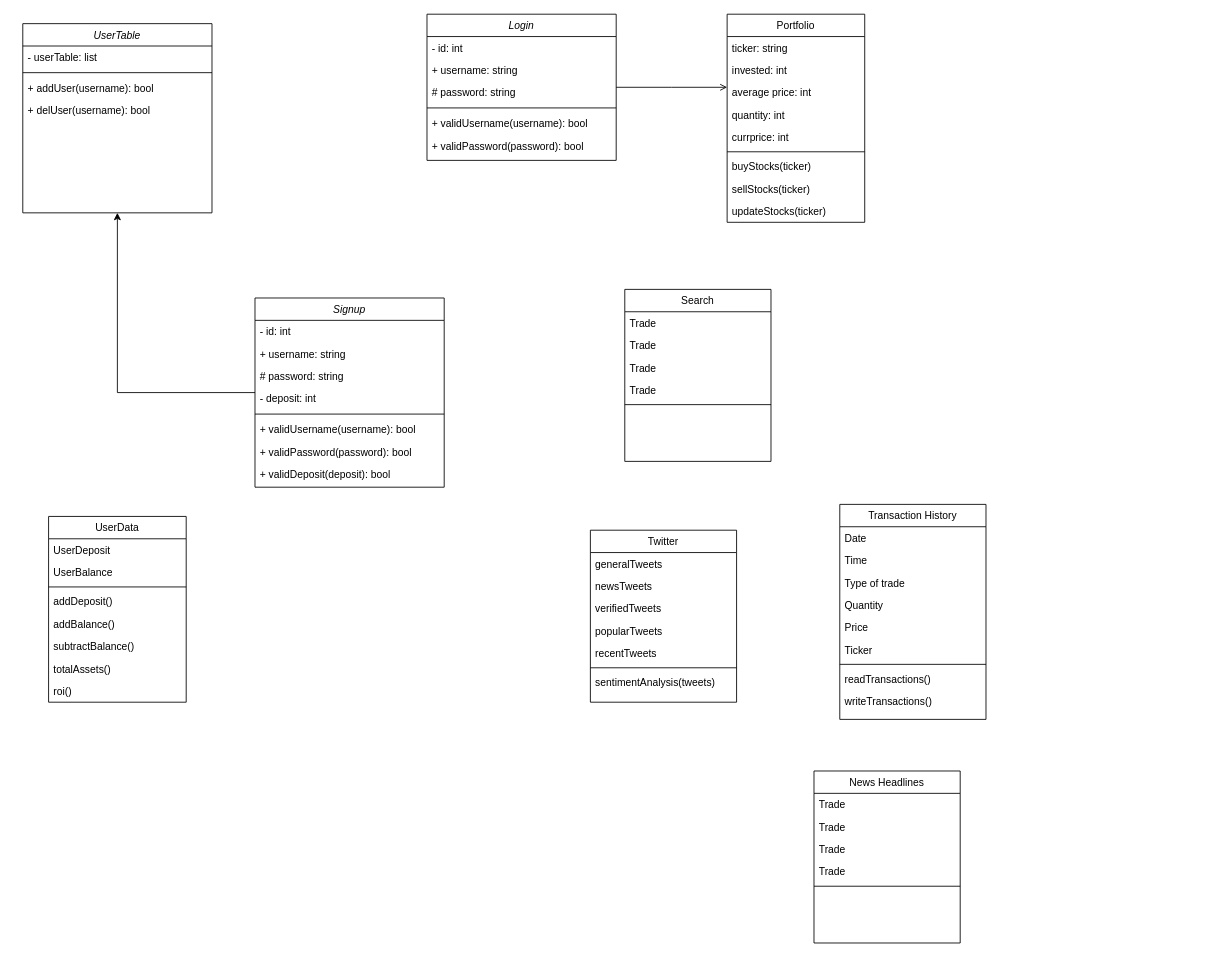
Above: Class Diagram.drawio in nurulislamz/Django-Paper-Trading-App (draw.io), before the change. Source tidied: cells renumbered, new cells numbered last; positions are measured from the earlier drawing's top-left corner, leaving out a move shared by most shapes. Both pictures are drawn from the tidied source at 86%, with x=0, y=0 at pixel (22, 14).
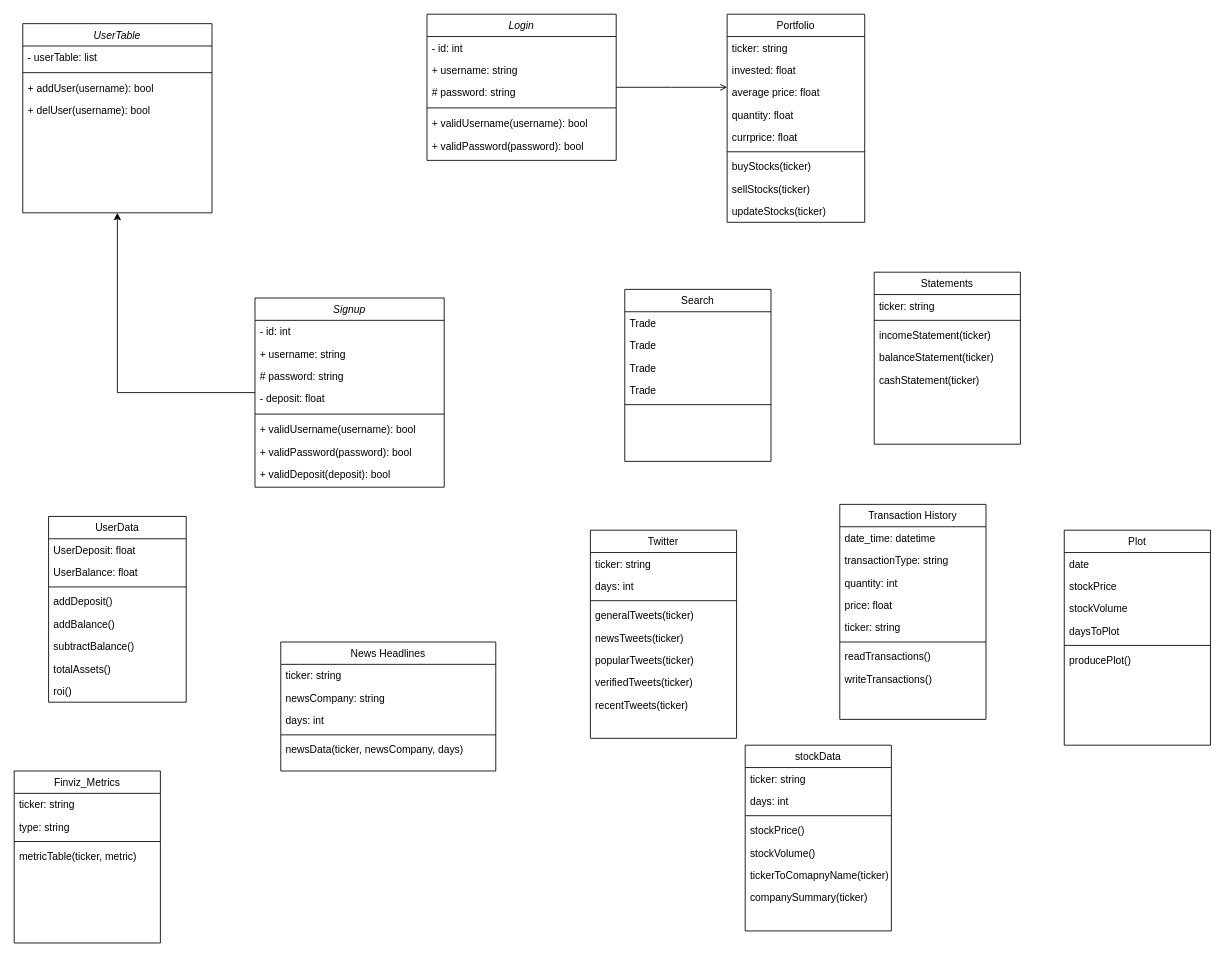
Above is the later version.

The change refers to these unchanged cells:
```xml
<mxCell id="9" value="UserData" style="swimlane;fontStyle=0;align=center;verticalAlign=top;horizontal=1;startSize=26;rounded=0;shadow=0;strokeWidth=1;" parent="1" vertex="1">
  <mxGeometry x="30" y="584" width="160" height="216" as="geometry" />
</mxCell>
<mxCell id="24" value="Portfolio&#10;" style="swimlane;fontStyle=0;align=center;verticalAlign=top;horizontal=1;startSize=26;rounded=0;shadow=0;strokeWidth=1;" parent="1" vertex="1">
  <mxGeometry x="819" width="160" height="242" as="geometry" />
</mxCell>
<mxCell id="49" value="Transaction History" style="swimlane;fontStyle=0;align=center;verticalAlign=top;horizontal=1;startSize=26;rounded=0;shadow=0;strokeWidth=1;" parent="1" vertex="1">
  <mxGeometry x="950" y="570" width="170" height="250" as="geometry" />
</mxCell>
<mxCell id="65" value="Signup" style="swimlane;fontStyle=2;align=center;verticalAlign=top;horizontal=1;startSize=26;rounded=0;shadow=0;strokeWidth=1;" parent="1" vertex="1">
  <mxGeometry x="270" y="330" width="220" height="220" as="geometry" />
</mxCell>
```

What changed in the source:
```diff
@@
-    <mxCell id="10" value="UserDeposit" style="text;align=left;verticalAlign=top;spacingLeft=4;spacingRight=4;overflow=hidden;" parent="9" vertex="1">
+    <mxCell id="10" value="UserDeposit: float" style="text;align=left;verticalAlign=top;spacingLeft=4;spacingRight=4;overflow=hidden;" parent="9" vertex="1">
       <mxGeometry y="26" width="160" height="26" as="geometry" />
     </mxCell>
-    <mxCell id="11" value="UserBalance" style="text;align=left;verticalAlign=top;spacingLeft=4;spacingRight=4;overflow=hidden;rounded=0;shadow=0;html=0;" parent="9" vertex="1">
+    <mxCell id="11" value="UserBalance: float" style="text;align=left;verticalAlign=top;spacingLeft=4;spacingRight=4;overflow=hidden;rounded=0;shadow=0;html=0;" parent="9" vertex="1">
       <mxGeometry y="52" width="160" height="26" as="geometry" />
     </mxCell>
@@
-    <mxCell id="26" value="invested: int" style="text;align=left;verticalAlign=top;spacingLeft=4;spacingRight=4;overflow=hidden;rounded=0;shadow=0;html=0;" parent="24" vertex="1">
+    <mxCell id="26" value="invested: float" style="text;align=left;verticalAlign=top;spacingLeft=4;spacingRight=4;overflow=hidden;rounded=0;shadow=0;html=0;" parent="24" vertex="1">
       <mxGeometry y="52" width="160" height="26" as="geometry" />
     </mxCell>
-    <mxCell id="27" value="average price: int" style="text;align=left;verticalAlign=top;spacingLeft=4;spacingRight=4;overflow=hidden;rounded=0;shadow=0;html=0;" parent="24" vertex="1">
+    <mxCell id="27" value="average price: float" style="text;align=left;verticalAlign=top;spacingLeft=4;spacingRight=4;overflow=hidden;rounded=0;shadow=0;html=0;" parent="24" vertex="1">
       <mxGeometry y="78" width="160" height="26" as="geometry" />
     </mxCell>
-    <mxCell id="28" value="quantity: int" style="text;align=left;verticalAlign=top;spacingLeft=4;spacingRight=4;overflow=hidden;rounded=0;shadow=0;html=0;" parent="24" vertex="1">
+    <mxCell id="28" value="quantity: float" style="text;align=left;verticalAlign=top;spacingLeft=4;spacingRight=4;overflow=hidden;rounded=0;shadow=0;html=0;" parent="24" vertex="1">
       <mxGeometry y="104" width="160" height="26" as="geometry" />
     </mxCell>
-    <mxCell id="29" value="currprice: int" style="text;align=left;verticalAlign=top;spacingLeft=4;spacingRight=4;overflow=hidden;rounded=0;shadow=0;html=0;" parent="24" vertex="1">
+    <mxCell id="29" value="currprice: float" style="text;align=left;verticalAlign=top;spacingLeft=4;spacingRight=4;overflow=hidden;rounded=0;shadow=0;html=0;" parent="24" vertex="1">
       <mxGeometry y="130" width="160" height="26" as="geometry" />
     </mxCell>
@@
     <mxCell id="35" value="Twitter" style="swimlane;fontStyle=0;align=center;verticalAlign=top;horizontal=1;startSize=26;rounded=0;shadow=0;strokeWidth=1;" parent="1" vertex="1">
-      <mxGeometry x="660" y="600" width="170" height="200" as="geometry" />
+      <mxGeometry x="660" y="600" width="170" height="242" as="geometry" />
     </mxCell>
+    <mxCell id="74" value="ticker: string" style="text;align=left;verticalAlign=top;spacingLeft=4;spacingRight=4;overflow=hidden;" parent="35" vertex="1">
+      <mxGeometry y="26" width="170" height="26" as="geometry" />
+    </mxCell>
+    <mxCell id="75" value="days: int" style="text;align=left;verticalAlign=top;spacingLeft=4;spacingRight=4;overflow=hidden;" parent="35" vertex="1">
+      <mxGeometry y="52" width="170" height="26" as="geometry" />
+    </mxCell>
+    <mxCell id="41" style="line;html=1;strokeWidth=1;align=left;verticalAlign=middle;spacingTop=-1;spacingLeft=3;spacingRight=3;labelPosition=right;" parent="35" vertex="1">
+      <mxGeometry y="78" width="170" height="8" as="geometry" />
+    </mxCell>
-    <mxCell id="36" value="generalTweets" style="text;align=left;verticalAlign=top;spacingLeft=4;spacingRight=4;overflow=hidden;" parent="35" vertex="1">
-      <mxGeometry y="26" width="170" height="26" as="geometry" />
+    <mxCell id="36" value="generalTweets(ticker)" style="text;align=left;verticalAlign=top;spacingLeft=4;spacingRight=4;overflow=hidden;" parent="35" vertex="1">
+      <mxGeometry y="86" width="170" height="26" as="geometry" />
     </mxCell>
-    <mxCell id="37" value="newsTweets" style="text;align=left;verticalAlign=top;spacingLeft=4;spacingRight=4;overflow=hidden;" parent="35" vertex="1">
-      <mxGeometry y="52" width="170" height="26" as="geometry" />
+    <mxCell id="37" value="newsTweets(ticker)" style="text;align=left;verticalAlign=top;spacingLeft=4;spacingRight=4;overflow=hidden;" parent="35" vertex="1">
+      <mxGeometry y="112" width="170" height="26" as="geometry" />
     </mxCell>
+    <mxCell id="39" value="popularTweets(ticker)" style="text;align=left;verticalAlign=top;spacingLeft=4;spacingRight=4;overflow=hidden;" parent="35" vertex="1">
+      <mxGeometry y="138" width="170" height="26" as="geometry" />
+    </mxCell>
-    <mxCell id="38" value="verifiedTweets" style="text;align=left;verticalAlign=top;spacingLeft=4;spacingRight=4;overflow=hidden;" parent="35" vertex="1">
-      <mxGeometry y="78" width="170" height="26" as="geometry" />
+    <mxCell id="38" value="verifiedTweets(ticker)" style="text;align=left;verticalAlign=top;spacingLeft=4;spacingRight=4;overflow=hidden;" parent="35" vertex="1">
+      <mxGeometry y="164" width="170" height="26" as="geometry" />
     </mxCell>
-    <mxCell id="39" value="popularTweets" style="text;align=left;verticalAlign=top;spacingLeft=4;spacingRight=4;overflow=hidden;" parent="35" vertex="1">
-      <mxGeometry y="104" width="170" height="26" as="geometry" />
-    </mxCell>
-    <mxCell id="40" value="recentTweets" style="text;align=left;verticalAlign=top;spacingLeft=4;spacingRight=4;overflow=hidden;" parent="35" vertex="1">
-      <mxGeometry y="130" width="170" height="26" as="geometry" />
+    <mxCell id="40" value="recentTweets(ticker)" style="text;align=left;verticalAlign=top;spacingLeft=4;spacingRight=4;overflow=hidden;" parent="35" vertex="1">
+      <mxGeometry y="190" width="170" height="26" as="geometry" />
     </mxCell>
-    <mxCell id="41" style="line;html=1;strokeWidth=1;align=left;verticalAlign=middle;spacingTop=-1;spacingLeft=3;spacingRight=3;labelPosition=right;" parent="35" vertex="1">
-      <mxGeometry y="156" width="170" height="8" as="geometry" />
-    </mxCell>
-    <mxCell id="42" value="sentimentAnalysis(tweets)" style="text;align=left;verticalAlign=top;spacingLeft=4;spacingRight=4;overflow=hidden;" parent="35" vertex="1">
-      <mxGeometry y="164" width="170" height="26" as="geometry" />
-    </mxCell>
     <mxCell id="43" value="News Headlines" style="swimlane;fontStyle=0;align=center;verticalAlign=top;horizontal=1;startSize=26;rounded=0;shadow=0;strokeWidth=1;" parent="1" vertex="1">
-      <mxGeometry x="920" y="880" width="170" height="200" as="geometry" />
+      <mxGeometry x="300" y="730" width="250" height="150" as="geometry" />
     </mxCell>
-    <mxCell id="44" value="Trade" style="text;align=left;verticalAlign=top;spacingLeft=4;spacingRight=4;overflow=hidden;" parent="43" vertex="1">
-      <mxGeometry y="26" width="170" height="26" as="geometry" />
+    <mxCell id="44" value="ticker: string" style="text;align=left;verticalAlign=top;spacingLeft=4;spacingRight=4;overflow=hidden;" parent="43" vertex="1">
+      <mxGeometry y="26" width="250" height="26" as="geometry" />
     </mxCell>
-    <mxCell id="45" value="Trade" style="text;align=left;verticalAlign=top;spacingLeft=4;spacingRight=4;overflow=hidden;" parent="43" vertex="1">
-      <mxGeometry y="52" width="170" height="26" as="geometry" />
+    <mxCell id="45" value="newsCompany: string" style="text;align=left;verticalAlign=top;spacingLeft=4;spacingRight=4;overflow=hidden;" parent="43" vertex="1">
+      <mxGeometry y="52" width="250" height="26" as="geometry" />
     </mxCell>
-    <mxCell id="46" value="Trade" style="text;align=left;verticalAlign=top;spacingLeft=4;spacingRight=4;overflow=hidden;" parent="43" vertex="1">
-      <mxGeometry y="78" width="170" height="26" as="geometry" />
-    </mxCell>
-    <mxCell id="47" value="Trade" style="text;align=left;verticalAlign=top;spacingLeft=4;spacingRight=4;overflow=hidden;" parent="43" vertex="1">
-      <mxGeometry y="104" width="170" height="26" as="geometry" />
+    <mxCell id="47" value="days: int" style="text;align=left;verticalAlign=top;spacingLeft=4;spacingRight=4;overflow=hidden;" parent="43" vertex="1">
+      <mxGeometry y="78" width="250" height="26" as="geometry" />
     </mxCell>
     <mxCell id="48" style="line;html=1;strokeWidth=1;align=left;verticalAlign=middle;spacingTop=-1;spacingLeft=3;spacingRight=3;labelPosition=right;" parent="43" vertex="1">
-      <mxGeometry y="130" width="170" height="8" as="geometry" />
+      <mxGeometry y="104" width="250" height="8" as="geometry" />
     </mxCell>
+    <mxCell id="76" value="newsData(ticker, newsCompany, days)" style="text;align=left;verticalAlign=top;spacingLeft=4;spacingRight=4;overflow=hidden;" parent="43" vertex="1">
+      <mxGeometry y="112" width="250" height="26" as="geometry" />
+    </mxCell>
@@
-    <mxCell id="50" value="Date" style="text;align=left;verticalAlign=top;spacingLeft=4;spacingRight=4;overflow=hidden;" parent="49" vertex="1">
+    <mxCell id="50" value="date_time: datetime" style="text;align=left;verticalAlign=top;spacingLeft=4;spacingRight=4;overflow=hidden;" parent="49" vertex="1">
       <mxGeometry y="26" width="170" height="26" as="geometry" />
     </mxCell>
-    <mxCell id="51" value="Time " style="text;align=left;verticalAlign=top;spacingLeft=4;spacingRight=4;overflow=hidden;" parent="49" vertex="1">
-      <mxGeometry y="52" width="170" height="26" as="geometry" />
-    </mxCell>
-    <mxCell id="52" value="Type of trade" style="text;align=left;verticalAlign=top;spacingLeft=4;spacingRight=4;overflow=hidden;" parent="49" vertex="1">
-      <mxGeometry y="78" width="170" height="26" as="geometry" />
+    <mxCell id="52" value="transactionType: string" style="text;align=left;verticalAlign=top;spacingLeft=4;spacingRight=4;overflow=hidden;" parent="49" vertex="1">
+      <mxGeometry y="52" width="170" height="26" as="geometry" />
     </mxCell>
-    <mxCell id="53" value="Quantity " style="text;align=left;verticalAlign=top;spacingLeft=4;spacingRight=4;overflow=hidden;" parent="49" vertex="1">
-      <mxGeometry y="104" width="170" height="26" as="geometry" />
+    <mxCell id="53" value="quantity: int" style="text;align=left;verticalAlign=top;spacingLeft=4;spacingRight=4;overflow=hidden;" parent="49" vertex="1">
+      <mxGeometry y="78" width="170" height="26" as="geometry" />
     </mxCell>
-    <mxCell id="54" value="Price" style="text;align=left;verticalAlign=top;spacingLeft=4;spacingRight=4;overflow=hidden;" parent="49" vertex="1">
-      <mxGeometry y="130" width="170" height="26" as="geometry" />
+    <mxCell id="54" value="price: float" style="text;align=left;verticalAlign=top;spacingLeft=4;spacingRight=4;overflow=hidden;" parent="49" vertex="1">
+      <mxGeometry y="104" width="170" height="26" as="geometry" />
     </mxCell>
-    <mxCell id="55" value="Ticker" style="text;align=left;verticalAlign=top;spacingLeft=4;spacingRight=4;overflow=hidden;" parent="49" vertex="1">
-      <mxGeometry y="156" width="170" height="26" as="geometry" />
+    <mxCell id="55" value="ticker: string" style="text;align=left;verticalAlign=top;spacingLeft=4;spacingRight=4;overflow=hidden;" parent="49" vertex="1">
+      <mxGeometry y="130" width="170" height="26" as="geometry" />
     </mxCell>
     <mxCell id="56" style="line;html=1;strokeWidth=1;align=left;verticalAlign=middle;spacingTop=-1;spacingLeft=3;spacingRight=3;labelPosition=right;" parent="49" vertex="1">
-      <mxGeometry y="182" width="170" height="8" as="geometry" />
+      <mxGeometry y="156" width="170" height="8" as="geometry" />
     </mxCell>
     <mxCell id="57" value="readTransactions()" style="text;align=left;verticalAlign=top;spacingLeft=4;spacingRight=4;overflow=hidden;" parent="49" vertex="1">
-      <mxGeometry y="190" width="170" height="26" as="geometry" />
+      <mxGeometry y="164" width="170" height="26" as="geometry" />
     </mxCell>
     <mxCell id="58" value="writeTransactions()" style="text;align=left;verticalAlign=top;spacingLeft=4;spacingRight=4;overflow=hidden;" parent="49" vertex="1">
-      <mxGeometry y="216" width="170" height="26" as="geometry" />
+      <mxGeometry y="190" width="170" height="26" as="geometry" />
     </mxCell>
@@
-    <mxCell id="69" value="- deposit: int&#10;" style="text;align=left;verticalAlign=top;spacingLeft=4;spacingRight=4;overflow=hidden;rounded=0;shadow=0;html=0;" parent="65" vertex="1">
+    <mxCell id="69" value="- deposit: float&#10;" style="text;align=left;verticalAlign=top;spacingLeft=4;spacingRight=4;overflow=hidden;rounded=0;shadow=0;html=0;" parent="65" vertex="1">
       <mxGeometry y="104" width="220" height="26" as="geometry" />
     </mxCell>
@@
+    <mxCell id="77" value="Statements" style="swimlane;fontStyle=0;align=center;verticalAlign=top;horizontal=1;startSize=26;rounded=0;shadow=0;strokeWidth=1;" parent="1" vertex="1">
+      <mxGeometry x="990" y="300" width="170" height="200" as="geometry" />
+    </mxCell>
+    <mxCell id="78" value="ticker: string" style="text;align=left;verticalAlign=top;spacingLeft=4;spacingRight=4;overflow=hidden;" parent="77" vertex="1">
+      <mxGeometry y="26" width="170" height="26" as="geometry" />
+    </mxCell>
+    <mxCell id="79" style="line;html=1;strokeWidth=1;align=left;verticalAlign=middle;spacingTop=-1;spacingLeft=3;spacingRight=3;labelPosition=right;" parent="77" vertex="1">
+      <mxGeometry y="52" width="170" height="8" as="geometry" />
+    </mxCell>
+    <mxCell id="80" value="incomeStatement(ticker)" style="text;align=left;verticalAlign=top;spacingLeft=4;spacingRight=4;overflow=hidden;" parent="77" vertex="1">
+      <mxGeometry y="60" width="170" height="26" as="geometry" />
+    </mxCell>
+    <mxCell id="81" value="balanceStatement(ticker)" style="text;align=left;verticalAlign=top;spacingLeft=4;spacingRight=4;overflow=hidden;" parent="77" vertex="1">
+      <mxGeometry y="86" width="170" height="26" as="geometry" />
+    </mxCell>
+    <mxCell id="82" value="cashStatement(ticker)" style="text;align=left;verticalAlign=top;spacingLeft=4;spacingRight=4;overflow=hidden;" parent="77" vertex="1">
+      <mxGeometry y="112" width="170" height="26" as="geometry" />
+    </mxCell>
+    <mxCell id="83" value="Finviz_Metrics" style="swimlane;fontStyle=0;align=center;verticalAlign=top;horizontal=1;startSize=26;rounded=0;shadow=0;strokeWidth=1;" parent="1" vertex="1">
+      <mxGeometry x="-10" y="880" width="170" height="200" as="geometry" />
+    </mxCell>
+    <mxCell id="84" value="ticker: string" style="text;align=left;verticalAlign=top;spacingLeft=4;spacingRight=4;overflow=hidden;" parent="83" vertex="1">
+      <mxGeometry y="26" width="170" height="26" as="geometry" />
+    </mxCell>
+    <mxCell id="85" value="type: string" style="text;align=left;verticalAlign=top;spacingLeft=4;spacingRight=4;overflow=hidden;" parent="83" vertex="1">
+      <mxGeometry y="52" width="170" height="26" as="geometry" />
+    </mxCell>
+    <mxCell id="86" style="line;html=1;strokeWidth=1;align=left;verticalAlign=middle;spacingTop=-1;spacingLeft=3;spacingRight=3;labelPosition=right;" parent="83" vertex="1">
+      <mxGeometry y="78" width="170" height="8" as="geometry" />
+    </mxCell>
+    <mxCell id="87" value="metricTable(ticker, metric)" style="text;align=left;verticalAlign=top;spacingLeft=4;spacingRight=4;overflow=hidden;" parent="83" vertex="1">
+      <mxGeometry y="86" width="170" height="26" as="geometry" />
+    </mxCell>
+    <mxCell id="88" value="stockData" style="swimlane;fontStyle=0;align=center;verticalAlign=top;horizontal=1;startSize=26;rounded=0;shadow=0;strokeWidth=1;" parent="1" vertex="1">
+      <mxGeometry x="840" y="850" width="170" height="216" as="geometry" />
+    </mxCell>
+    <mxCell id="89" value="ticker: string" style="text;align=left;verticalAlign=top;spacingLeft=4;spacingRight=4;overflow=hidden;" parent="88" vertex="1">
+      <mxGeometry y="26" width="170" height="26" as="geometry" />
+    </mxCell>
+    <mxCell id="90" value="days: int" style="text;align=left;verticalAlign=top;spacingLeft=4;spacingRight=4;overflow=hidden;" parent="88" vertex="1">
+      <mxGeometry y="52" width="170" height="26" as="geometry" />
+    </mxCell>
+    <mxCell id="91" style="line;html=1;strokeWidth=1;align=left;verticalAlign=middle;spacingTop=-1;spacingLeft=3;spacingRight=3;labelPosition=right;" parent="88" vertex="1">
+      <mxGeometry y="78" width="170" height="8" as="geometry" />
+    </mxCell>
+    <mxCell id="92" value="stockPrice()" style="text;align=left;verticalAlign=top;spacingLeft=4;spacingRight=4;overflow=hidden;" parent="88" vertex="1">
+      <mxGeometry y="86" width="170" height="26" as="geometry" />
+    </mxCell>
+    <mxCell id="93" value="stockVolume()" style="text;align=left;verticalAlign=top;spacingLeft=4;spacingRight=4;overflow=hidden;" parent="88" vertex="1">
+      <mxGeometry y="112" width="170" height="26" as="geometry" />
+    </mxCell>
+    <mxCell id="94" value="tickerToComapnyName(ticker)" style="text;align=left;verticalAlign=top;spacingLeft=4;spacingRight=4;overflow=hidden;" parent="88" vertex="1">
+      <mxGeometry y="138" width="170" height="26" as="geometry" />
+    </mxCell>
+    <mxCell id="95" value="companySummary(ticker)" style="text;align=left;verticalAlign=top;spacingLeft=4;spacingRight=4;overflow=hidden;" parent="88" vertex="1">
+      <mxGeometry y="164" width="170" height="26" as="geometry" />
+    </mxCell>
+    <mxCell id="96" value="Plot" style="swimlane;fontStyle=0;align=center;verticalAlign=top;horizontal=1;startSize=26;rounded=0;shadow=0;strokeWidth=1;" parent="1" vertex="1">
+      <mxGeometry x="1211" y="600" width="170" height="250" as="geometry" />
+    </mxCell>
+    <mxCell id="97" value="date" style="text;align=left;verticalAlign=top;spacingLeft=4;spacingRight=4;overflow=hidden;" parent="96" vertex="1">
+      <mxGeometry y="26" width="170" height="26" as="geometry" />
+    </mxCell>
+    <mxCell id="98" value="stockPrice" style="text;align=left;verticalAlign=top;spacingLeft=4;spacingRight=4;overflow=hidden;" parent="96" vertex="1">
+      <mxGeometry y="52" width="170" height="26" as="geometry" />
+    </mxCell>
+    <mxCell id="99" value="stockVolume" style="text;align=left;verticalAlign=top;spacingLeft=4;spacingRight=4;overflow=hidden;" parent="96" vertex="1">
+      <mxGeometry y="78" width="170" height="26" as="geometry" />
+    </mxCell>
+    <mxCell id="100" value="daysToPlot" style="text;align=left;verticalAlign=top;spacingLeft=4;spacingRight=4;overflow=hidden;" parent="96" vertex="1">
+      <mxGeometry y="104" width="170" height="26" as="geometry" />
+    </mxCell>
+    <mxCell id="101" style="line;html=1;strokeWidth=1;align=left;verticalAlign=middle;spacingTop=-1;spacingLeft=3;spacingRight=3;labelPosition=right;" parent="96" vertex="1">
+      <mxGeometry y="130" width="170" height="8" as="geometry" />
+    </mxCell>
+    <mxCell id="102" value="producePlot()" style="text;align=left;verticalAlign=top;spacingLeft=4;spacingRight=4;overflow=hidden;" parent="96" vertex="1">
+      <mxGeometry y="138" width="170" height="26" as="geometry" />
+    </mxCell>
```
